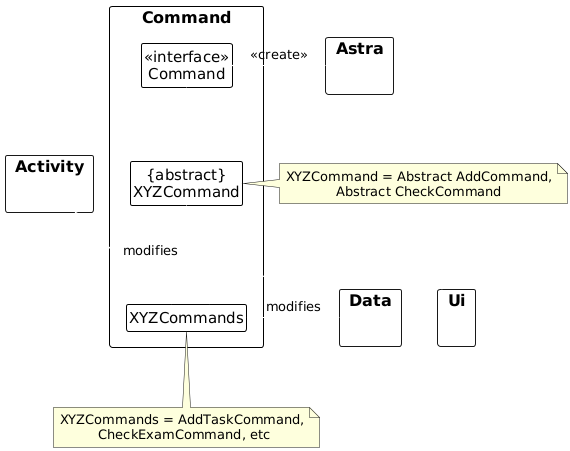
Kennahh/tp keeps this PlantUML diagram as docs/images/CommandComponent.png. Above is the earlier version. Its source is kept beside it as docs/diagrams/CommandComponent.puml. Its diagram source:
```plantuml
@startuml
!include style.puml
skinparam arrowThickness 1.1
skinparam arrowColor black
skinparam classBackgroundColor lightgrey
hide members

package Command as CommandPackage {
Class "<<interface>>\nCommand" as Command
Class "{abstract}\nXYZCommand" as XYZCommand
Class XYZCommands
Class QRSCommands
}

package Astra{}
package Activity{}
package Data{}
package Ui{}

Astra .right.> Command : <<create>>

XYZCommand .up.> Command
note right of XYZCommand: XYZCommand = Abstract AddCommand,\nAbstract CheckCommand

XYZCommands -left-|> XYZCommand
XYZCommands -left-> Activity : modifies
XYZCommands -left-> Data : modifies
XYZCommands -left-> Ui
note bottom of XYZCommands: XYZCommands = AddTaskCommand,\n CheckExamCommand, etc

QRSCommands .right.> Command
QRSCommands -left-> Activity : modifies
QRSCommands -left-> Data : modifies
QRSCommands -left-> Ui
note left of QRSCommands: QRSCommands = HelpCommand,\nListCommand, etc
@enduml
```
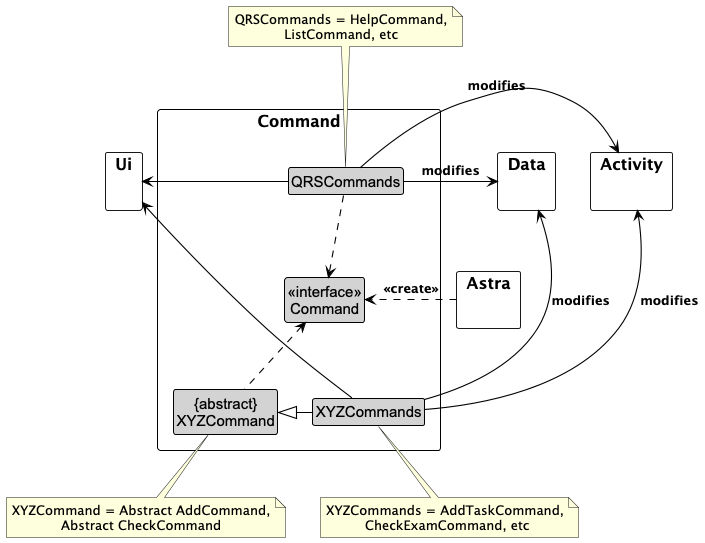
After the commit.

Change to the diagram source:
```diff
@@ -20,17 +20,20 @@
 Astra .right.> Command : <<create>>
 
 XYZCommand .up.> Command
-note right of XYZCommand: XYZCommand = Abstract AddCommand,\nAbstract CheckCommand
+
+
+
+QRSCommands .down.> Command
+QRSCommands -left-> Activity : modifies
+QRSCommands -left--> Data : modifies
+QRSCommands -left-> Ui
+
 
 XYZCommands -left-|> XYZCommand
-XYZCommands -left-> Activity : modifies
+XYZCommands -up-> Activity : modifies
 XYZCommands -left-> Data : modifies
 XYZCommands -left-> Ui
 note bottom of XYZCommands: XYZCommands = AddTaskCommand,\n CheckExamCommand, etc
-
-QRSCommands .right.> Command
-QRSCommands -left-> Activity : modifies
-QRSCommands -left-> Data : modifies
-QRSCommands -left-> Ui
-note left of QRSCommands: QRSCommands = HelpCommand,\nListCommand, etc
+note top of QRSCommands: QRSCommands = HelpCommand,\nListCommand, etc
+note bottom of XYZCommand: XYZCommand = Abstract AddCommand,\nAbstract CheckCommand
 @enduml
```
